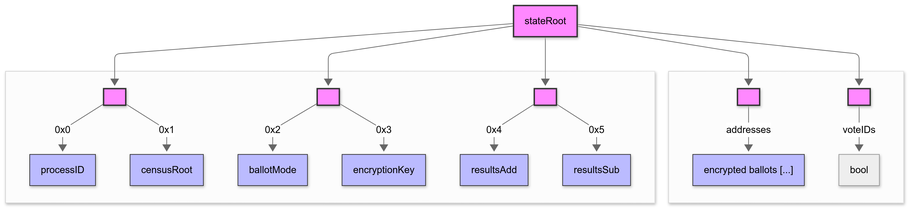
The Mermaid diagram v2/figures/mt-state-mermaid.png in vocdoni/davinci-paper, before a commit. Its source is kept beside it as v2/figures/mt-state-mermaid.mmd.
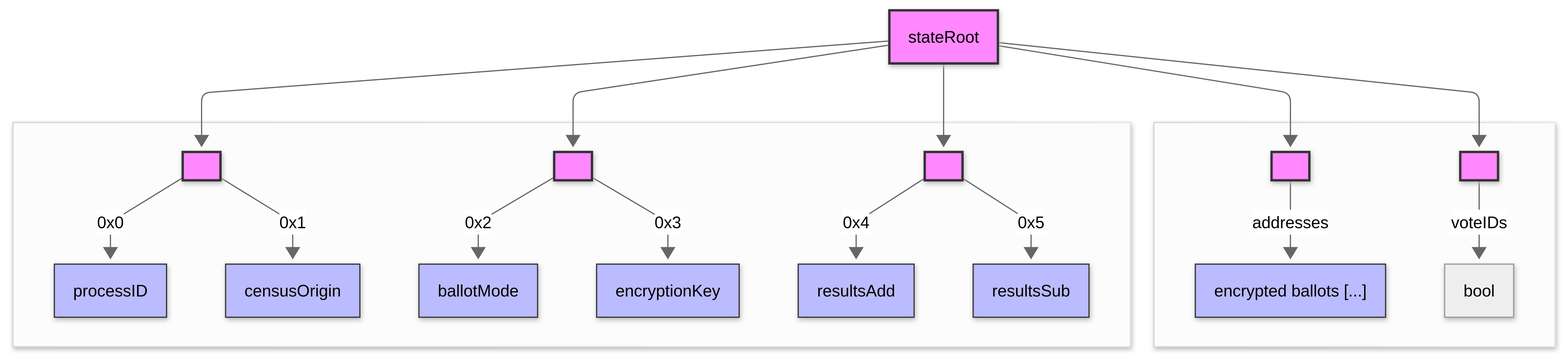
The same diagram one commit later.

The edit, as a diff of the source:
```diff
@@ -14,7 +14,7 @@
         SIA[" "]
         SIB[" "]
         P0["processID"]
-        P1["censusRoot"]
+        P1["censusOrigin"]
         P2["ballotMode"]
         P3["encryptionKey"]
         P4["resultsAdd"]
```
